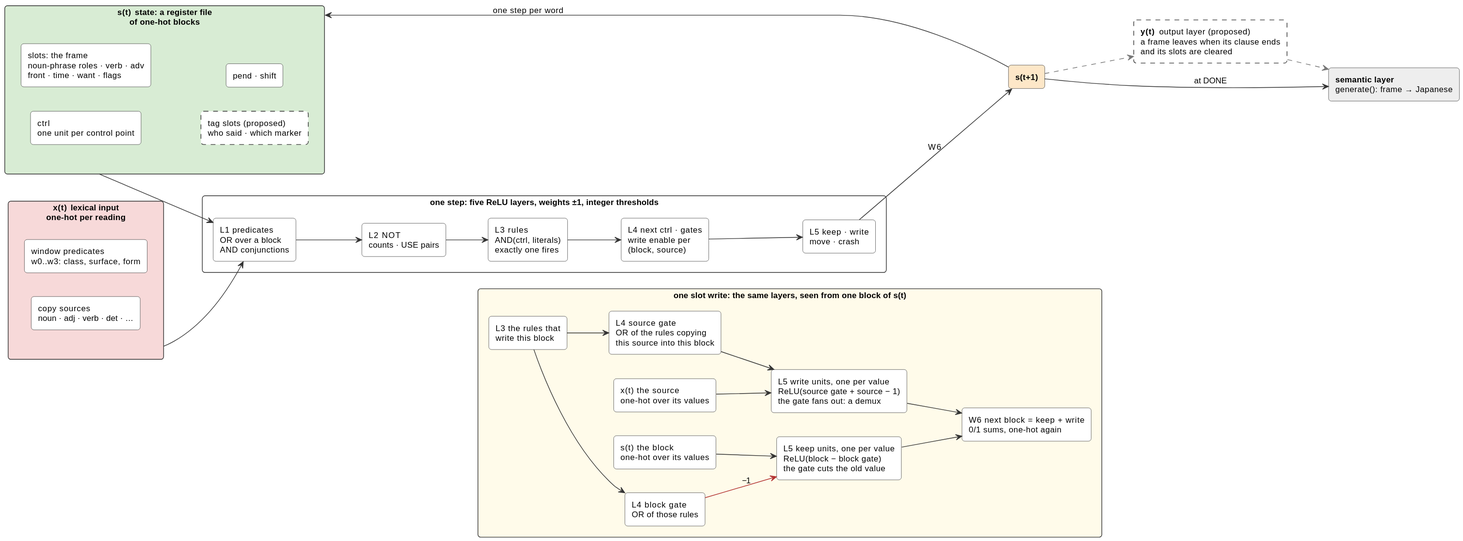
Before: docs/cell.svg, a diagram exported from PlantUML (liuzix/RNNTranslator).
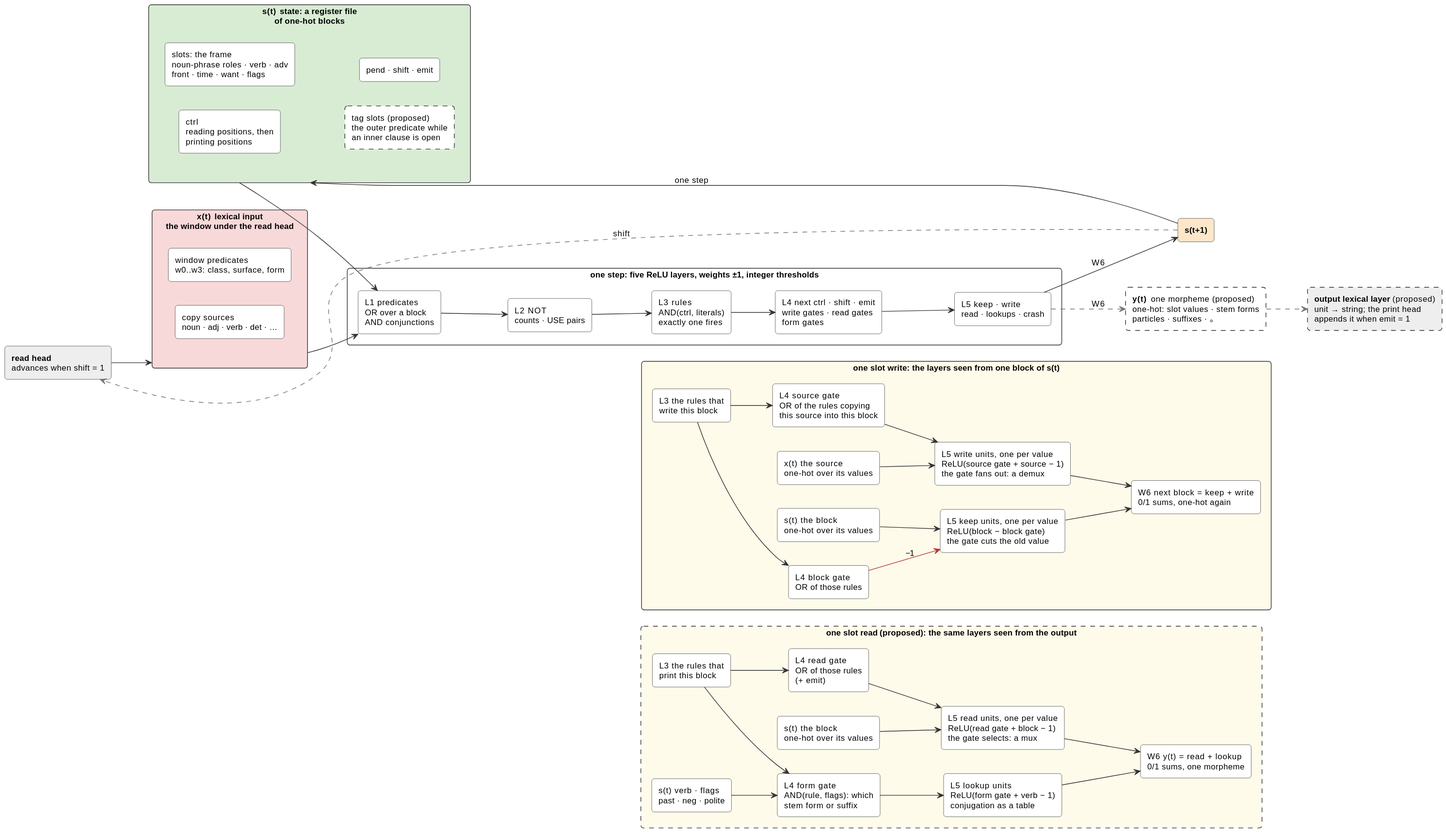
After the change.

Commit message:
design: the decoder as the encoder run backwards — one cell, two heads (diagrams + README hypotheses)

What changed in the source:
```diff
@@ -10,7 +10,32 @@
 }
 left to right direction
 
-rectangle "**one slot write**: the same layers, seen from one block of s(t)" as WRITE #FFFBEA {
+rectangle "**x(t)**  lexical input\nthe window under the read head" as X #F7D9D9 {
+  rectangle "window predicates\nw0..w3: class, surface, form" as XP
+  rectangle "copy sources\nnoun · adj · verb · det · …" as XS
+}
+
+rectangle "**s(t)**  state: a register file\nof one-hot blocks" as S #D8ECD4 {
+  rectangle "ctrl\nreading positions, then\nprinting positions" as CTRL
+  rectangle "slots: the frame\nnoun-phrase roles · verb · adv\nfront · time · want · flags" as SLOTS
+  rectangle "tag slots (proposed)\nthe outer predicate while\nan inner clause is open" as TAGS #FFFFFF;line.dashed
+  rectangle "pend · shift · emit" as PEND
+}
+
+rectangle "**one step**: five ReLU layers, weights ±1, integer thresholds" as STEP {
+  rectangle "L1  predicates\nOR over a block\nAND conjunctions" as L1
+  rectangle "L2  NOT\ncounts · USE pairs" as L2
+  rectangle "L3  rules\nAND(ctrl, literals)\nexactly one fires" as L3
+  rectangle "L4  next ctrl · shift · emit\nwrite gates · read gates\nform gates" as L4
+  rectangle "L5  keep · write\nread · lookups · crash" as L5
+}
+
+rectangle "**s(t+1)**" as SN #FDE7C8
+rectangle "**y(t)**  one morpheme (proposed)\none-hot: slot values · stem forms\nparticles · suffixes · 。" as Y #FFFFFF;line.dashed
+rectangle "**output lexical layer** (proposed)\nunit → string; the print head\nappends it when emit = 1" as OUT #EEEEEE;line.dashed
+rectangle "**read head**\nadvances when shift = 1" as HEAD #EEEEEE
+
+rectangle "**one slot write**: the layers seen from one block of s(t)" as WRITE #FFFBEA {
   rectangle "L3  the rules that\nwrite this block" as RULE
   rectangle "x(t)  the source\none-hot over its values" as SRC
   rectangle "s(t)  the block\none-hot over its values" as OLD
@@ -29,30 +54,26 @@
   KEEP --> NEXTB
 }
 
-rectangle "**x(t)**  lexical input\none-hot per reading" as X #F7D9D9 {
-  rectangle "window predicates\nw0..w3: class, surface, form" as XP
-  rectangle "copy sources\nnoun · adj · verb · det · …" as XS
+rectangle "**one slot read** (proposed): the same layers seen from the output" as READ #FFFBEA;line.dashed {
+  rectangle "L3  the rules that\nprint this block" as RRULE
+  rectangle "s(t)  the block\none-hot over its values" as RBLK
+  rectangle "s(t)  verb · flags\npast · neg · polite" as RFLAGS
+  rectangle "L4  read gate\nOR of those rules\n(+ emit)" as RGATE
+  rectangle "L4  form gate\nAND(rule, flags): which\nstem form or suffix" as RFORM
+  rectangle "L5  read units, one per value\nReLU(read gate + block − 1)\nthe gate selects: a mux" as RAND
+  rectangle "L5  lookup units\nReLU(form gate + verb − 1)\nconjugation as a table" as RLOOK
+  rectangle "W6  y(t) = read + lookup\n0/1 sums, one morpheme" as YTOK
+  RRULE --> RGATE
+  RRULE --> RFORM
+  RBLK --> RAND
+  RGATE --> RAND
+  RFLAGS --> RFORM
+  RFORM --> RLOOK
+  RAND --> YTOK
+  RLOOK --> YTOK
 }
 
-rectangle "**s(t)**  state: a register file\nof one-hot blocks" as S #D8ECD4 {
-  rectangle "ctrl\none unit per control point" as CTRL
-  rectangle "slots: the frame\nnoun-phrase roles · verb · adv\nfront · time · want · flags" as SLOTS
-  rectangle "tag slots (proposed)\nwho said · which marker" as TAGS #FFFFFF;line.dashed
-  rectangle "pend · shift" as PEND
-}
-
-rectangle "**one step**: five ReLU layers, weights ±1, integer thresholds" as STEP {
-  rectangle "L1  predicates\nOR over a block\nAND conjunctions" as L1
-  rectangle "L2  NOT\ncounts · USE pairs" as L2
-  rectangle "L3  rules\nAND(ctrl, literals)\nexactly one fires" as L3
-  rectangle "L4  next ctrl · gates\nwrite enable per\n(block, source)" as L4
-  rectangle "L5  keep · write\nmove · crash" as L5
-}
-
-rectangle "**s(t+1)**" as SN #FDE7C8
-rectangle "**y(t)**  output layer (proposed)\na frame leaves when its clause ends\nand its slots are cleared" as Y #FFFFFF;line.dashed
-rectangle "**semantic layer**\ngenerate(): frame → Japanese" as GEN #EEEEEE
-
+HEAD --> X
 X --> L1
 S --> L1
 L1 --> L2
@@ -60,10 +81,11 @@
 L3 --> L4
 L4 --> L5
 L5 --> SN : W6
-SN --> S : one step per word
-SN --> GEN : at DONE
-SN .[#777777].> Y
-Y .[#777777].> GEN
+L5 .[#777777].> Y : W6
+SN --> S : one step
+Y .[#777777].> OUT
+SN .[#777777,norank].> HEAD : shift
 
 L2 -[hidden]-> RULE
+L2 -[hidden]-> RRULE
 @enduml
```
